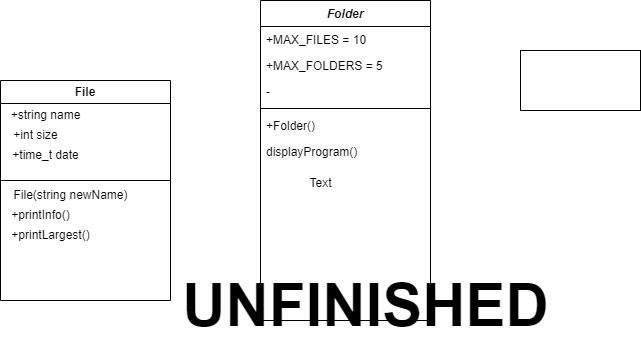
The draw.io diagram Compulsory 3 Diagram.drawio.png in Viiktorh/Compulsory-3, before a commit. Source tidied: cells renumbered, new cells last; positions are measured from the earlier drawing's top-left corner, leaving out a move shared by most shapes.
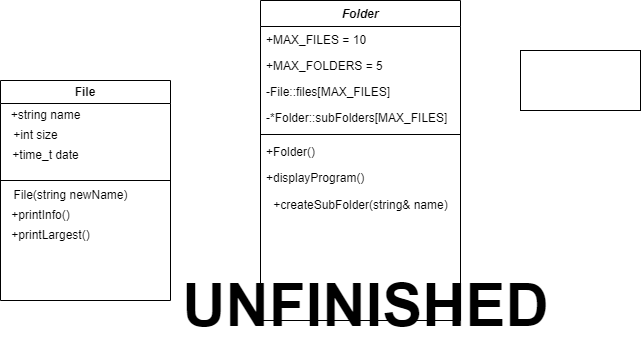
Above is the later version.

What changed in the source:
```diff
@@ -3,26 +3,32 @@
     <mxCell id="0" />
     <mxCell id="1" parent="0" />
     <mxCell id="2" value="Folder" style="swimlane;fontStyle=3;align=center;verticalAlign=top;horizontal=1;startSize=26;rounded=0;shadow=0;strokeWidth=1;" parent="1" vertex="1">
-      <mxGeometry x="260" width="170" height="320" as="geometry" />
+      <mxGeometry x="260" width="200" height="320" as="geometry" />
     </mxCell>
     <mxCell id="3" value="+MAX_FILES = 10&#10;&#10;" style="text;align=left;verticalAlign=top;spacingLeft=4;spacingRight=4;overflow=hidden;" parent="2" vertex="1">
-      <mxGeometry y="26" width="170" height="26" as="geometry" />
+      <mxGeometry y="26" width="200" height="26" as="geometry" />
     </mxCell>
     <mxCell id="4" value="+MAX_FOLDERS = 5&#10;" style="text;align=left;verticalAlign=top;spacingLeft=4;spacingRight=4;overflow=hidden;" parent="2" vertex="1">
-      <mxGeometry y="52" width="170" height="26" as="geometry" />
+      <mxGeometry y="52" width="200" height="26" as="geometry" />
     </mxCell>
-    <mxCell id="5" value="-" style="text;align=left;verticalAlign=top;spacingLeft=4;spacingRight=4;overflow=hidden;" parent="2" vertex="1">
-      <mxGeometry y="78" width="170" height="26" as="geometry" />
+    <mxCell id="5" value="-File::files[MAX_FILES]" style="text;align=left;verticalAlign=top;spacingLeft=4;spacingRight=4;overflow=hidden;" parent="2" vertex="1">
+      <mxGeometry y="78" width="200" height="26" as="geometry" />
     </mxCell>
+    <mxCell id="20" value="-*Folder::subFolders[MAX_FILES]" style="text;align=left;verticalAlign=top;spacingLeft=4;spacingRight=4;overflow=hidden;" parent="2" vertex="1">
+      <mxGeometry y="104" width="200" height="26" as="geometry" />
+    </mxCell>
     <mxCell id="6" style="line;html=1;strokeWidth=1;align=left;verticalAlign=middle;spacingTop=-1;spacingLeft=3;spacingRight=3;labelPosition=right;" parent="2" vertex="1">
-      <mxGeometry y="104" width="170" height="8" as="geometry" />
+      <mxGeometry y="130" width="200" height="8" as="geometry" />
     </mxCell>
     <mxCell id="7" value="+Folder()" style="text;align=left;verticalAlign=top;spacingLeft=4;spacingRight=4;overflow=hidden;rounded=0;shadow=0;html=0;" parent="2" vertex="1">
-      <mxGeometry y="112" width="170" height="26" as="geometry" />
+      <mxGeometry y="138" width="200" height="26" as="geometry" />
     </mxCell>
-    <mxCell id="8" value="displayProgram()" style="text;align=left;verticalAlign=top;spacingLeft=4;spacingRight=4;overflow=hidden;" parent="2" vertex="1">
-      <mxGeometry y="138" width="170" height="26" as="geometry" />
+    <mxCell id="8" value="+displayProgram()" style="text;align=left;verticalAlign=top;spacingLeft=4;spacingRight=4;overflow=hidden;" parent="2" vertex="1">
+      <mxGeometry y="164" width="200" height="26" as="geometry" />
     </mxCell>
+    <mxCell id="19" value="+createSubFolder(string&amp;amp; name)" style="text;html=1;align=center;verticalAlign=middle;strokeColor=none;fillColor=none;" parent="2" vertex="1">
+      <mxGeometry y="190" width="200" height="30" as="geometry" />
+    </mxCell>
     <mxCell id="9" value="File" style="swimlane;whiteSpace=wrap;html=1;" parent="1" vertex="1">
       <mxGeometry y="80" width="170" height="220" as="geometry" />
     </mxCell>
@@ -56,8 +62,5 @@
     <mxCell id="18" value="&lt;b&gt;&lt;font style=&quot;font-size: 60px;&quot;&gt;UNFINISHED&lt;/font&gt;&lt;/b&gt;" style="text;html=1;align=center;verticalAlign=middle;strokeColor=none;fillColor=none;" parent="1" vertex="1">
       <mxGeometry x="170" y="260" width="390" height="90" as="geometry" />
     </mxCell>
-    <mxCell id="19" value="Text" style="text;html=1;align=center;verticalAlign=middle;strokeColor=none;fillColor=none;" parent="1" vertex="1">
-      <mxGeometry x="295" y="168" width="50" height="30" as="geometry" />
-    </mxCell>
   </root>
 </mxGraphModel>
```
